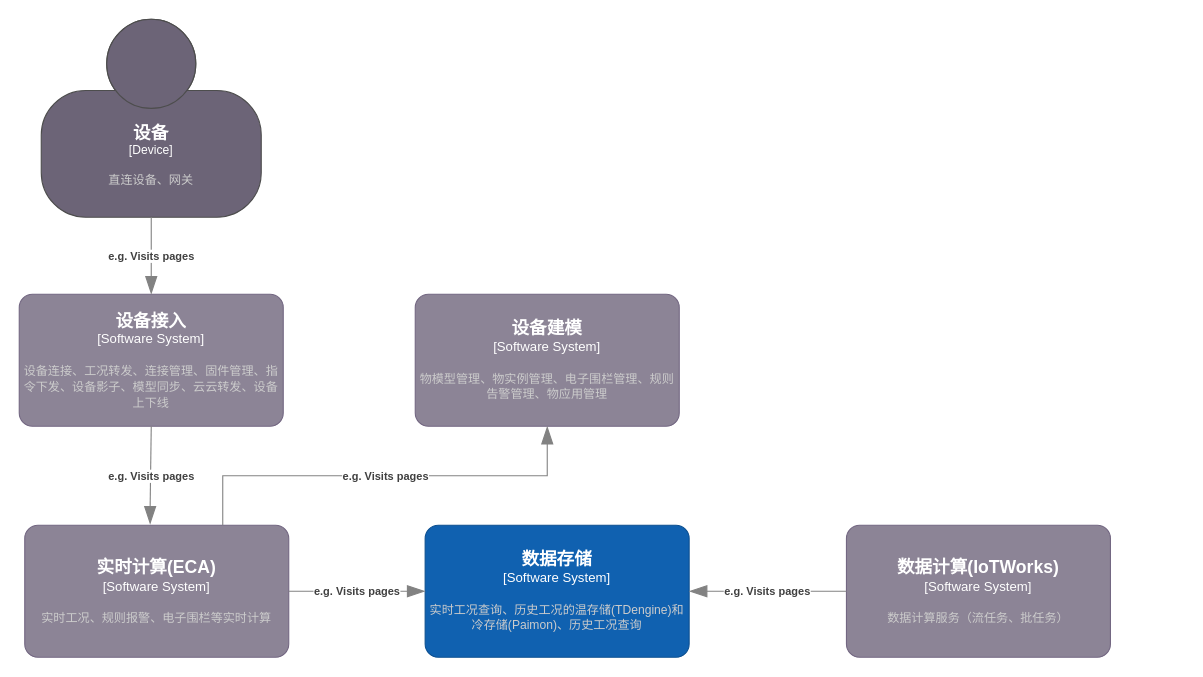
yzzh9/yzzh9 keeps this draw.io diagram as root/数据存储上下文.drawio. Above is the earlier version. Source tidied: cells renumbered, new cells numbered last; positions are measured from the earlier drawing's top-left corner, leaving out a move shared by most shapes. Both pictures are drawn from the tidied source at 110%, with x=0, y=0 at pixel (19, 19).
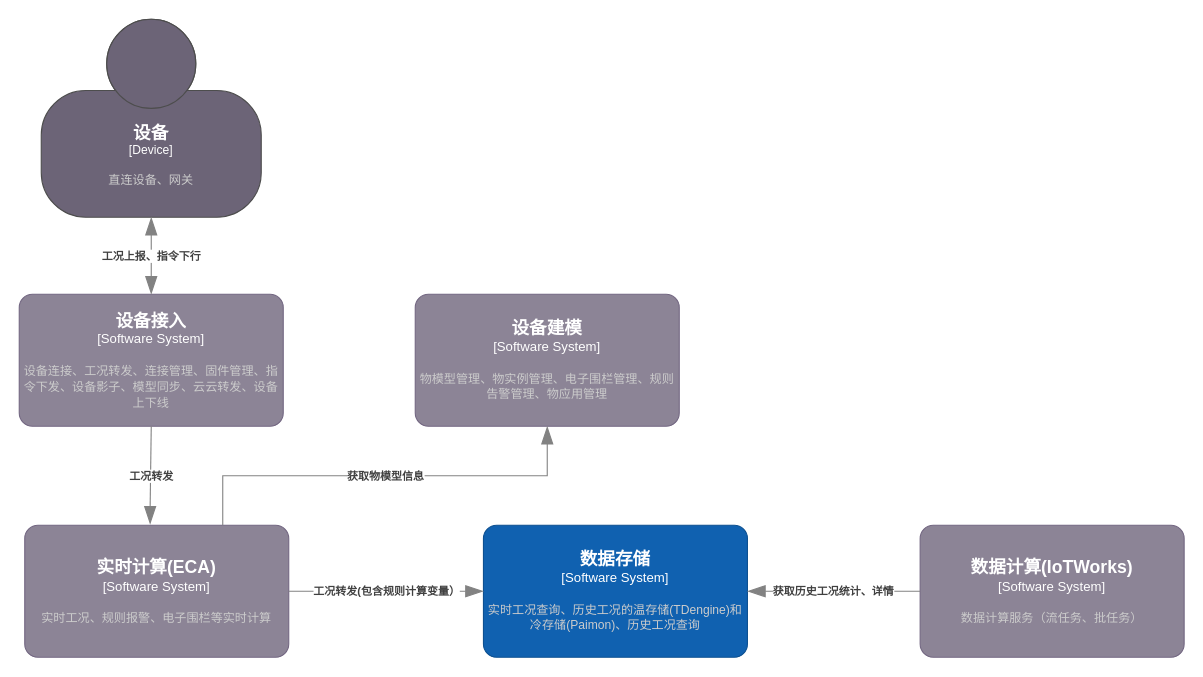
The same diagram, later.

Commit message:
更新数据存储上下文.drawio

Unchanged cells that the change refers to:
```xml
<object id="3" label="&lt;font style=&quot;font-size: 16px&quot;&gt;&lt;b&gt;%c4Name%&lt;/b&gt;&lt;/font&gt;&lt;div&gt;[%c4Type%]&lt;/div&gt;&lt;br&gt;&lt;div&gt;&lt;font style=&quot;font-size: 11px&quot;&gt;&lt;font color=&quot;#cccccc&quot;&gt;%c4Description%&lt;/font&gt;&lt;/div&gt;" c4Description="实时工况、规则报警、电子围栏等实时计算" c4Name="实时计算(ECA)" c4Type="Software System" placeholders="1">
  <mxCell style="rounded=1;whiteSpace=wrap;html=1;labelBackgroundColor=none;fillColor=#8C8496;fontColor=#ffffff;align=center;arcSize=10;strokeColor=#736782;points=[[0.25,0,0],[0.5,0,0],[0.75,0,0],[1,0.25,0],[1,0.5,0],[1,0.75,0],[0.75,1,0],[0.5,1,0],[0.25,1,0],[0,0.75,0],[0,0.5,0],[0,0.25,0]];" parent="1" vertex="1">
    <mxGeometry x="5" y="460" width="240" height="120" as="geometry" />
  </mxCell>
</object>
<object id="4" label="&lt;font style=&quot;font-size: 16px&quot;&gt;&lt;b&gt;%c4Name%&lt;/b&gt;&lt;/font&gt;&lt;div&gt;[%c4Type%]&lt;/div&gt;&lt;br&gt;&lt;div&gt;&lt;font style=&quot;font-size: 11px&quot;&gt;&lt;font color=&quot;#cccccc&quot;&gt;%c4Description%&lt;/font&gt;&lt;/div&gt;" c4Description="设备连接、工况转发、连接管理、固件管理、指令下发、设备影子、模型同步、云云转发、设备上下线" c4Name="设备接入" c4Type="Software System" placeholders="1">
  <mxCell style="rounded=1;whiteSpace=wrap;html=1;labelBackgroundColor=none;fillColor=#8C8496;fontColor=#ffffff;align=center;arcSize=10;strokeColor=#736782;points=[[0.25,0,0],[0.5,0,0],[0.75,0,0],[1,0.25,0],[1,0.5,0],[1,0.75,0],[0.75,1,0],[0.5,1,0],[0.25,1,0],[0,0.75,0],[0,0.5,0],[0,0.25,0]];" parent="1" vertex="1">
    <mxGeometry y="250" width="240" height="120" as="geometry" />
  </mxCell>
</object>
<object id="5" label="&lt;font style=&quot;font-size: 16px&quot;&gt;&lt;b&gt;%c4Name%&lt;/b&gt;&lt;/font&gt;&lt;div&gt;[%c4Type%]&lt;/div&gt;&lt;br&gt;&lt;div&gt;&lt;font style=&quot;font-size: 11px&quot;&gt;&lt;font color=&quot;#cccccc&quot;&gt;%c4Description%&lt;/font&gt;&lt;/div&gt;" c4Description="直连设备、网关" c4Name="设备" c4Type="Device" placeholders="1">
  <mxCell style="html=1;fontSize=11;dashed=0;whiteSpace=wrap;fillColor=#6C6477;strokeColor=#4D4D4D;fontColor=#ffffff;shape=mxgraph.c4.person2;align=center;points=[[0.5,0,0],[1,0.5,0],[1,0.75,0],[0.75,1,0],[0.5,1,0],[0.25,1,0],[0,0.75,0],[0,0.5,0]];" parent="1" vertex="1">
    <mxGeometry x="20" width="200" height="180" as="geometry" />
  </mxCell>
</object>
<object id="6" label="&lt;font style=&quot;font-size: 16px&quot;&gt;&lt;b&gt;%c4Name%&lt;/b&gt;&lt;/font&gt;&lt;div&gt;[%c4Type%]&lt;/div&gt;&lt;br&gt;&lt;div&gt;&lt;font style=&quot;font-size: 11px&quot;&gt;&lt;font color=&quot;#cccccc&quot;&gt;%c4Description%&lt;/font&gt;&lt;/div&gt;" c4Description="物模型管理、物实例管理、电子围栏管理、规则告警管理、物应用管理" c4Name="设备建模" c4Type="Software System" placeholders="1">
  <mxCell style="rounded=1;whiteSpace=wrap;html=1;labelBackgroundColor=none;fillColor=#8C8496;fontColor=#ffffff;align=center;arcSize=10;strokeColor=#736782;points=[[0.25,0,0],[0.5,0,0],[0.75,0,0],[1,0.25,0],[1,0.5,0],[1,0.75,0],[0.75,1,0],[0.5,1,0],[0.25,1,0],[0,0.75,0],[0,0.5,0],[0,0.25,0]];" parent="1" vertex="1">
    <mxGeometry x="360" y="250" width="240" height="120" as="geometry" />
  </mxCell>
</object>
```

Change to the diagram source:
```diff
@@
     <object id="2" label="&lt;font style=&quot;font-size: 16px&quot;&gt;&lt;b&gt;%c4Name%&lt;/b&gt;&lt;/font&gt;&lt;div&gt;[%c4Type%]&lt;/div&gt;&lt;br&gt;&lt;div&gt;&lt;font style=&quot;font-size: 11px&quot;&gt;&lt;font color=&quot;#cccccc&quot;&gt;%c4Description%&lt;/font&gt;&lt;/div&gt;" c4Description="实时工况查询、历史工况的温存储(TDengine)和冷存储(Paimon)、历史工况查询" c4Name="数据存储" c4Type="Software System" placeholders="1">
       <mxCell style="rounded=1;whiteSpace=wrap;html=1;labelBackgroundColor=none;fillColor=#1061B0;fontColor=#ffffff;align=center;arcSize=10;strokeColor=#0D5091;points=[[0.25,0,0],[0.5,0,0],[0.75,0,0],[1,0.25,0],[1,0.5,0],[1,0.75,0],[0.75,1,0],[0.5,1,0],[0.25,1,0],[0,0.75,0],[0,0.5,0],[0,0.25,0]];" parent="1" vertex="1">
-        <mxGeometry x="369" y="460" width="240" height="120" as="geometry" />
+        <mxGeometry x="422" y="460" width="240" height="120" as="geometry" />
       </mxCell>
     </object>
@@
     <object id="7" label="&lt;font style=&quot;font-size: 16px&quot;&gt;&lt;b&gt;%c4Name%&lt;/b&gt;&lt;/font&gt;&lt;div&gt;[%c4Type%]&lt;/div&gt;&lt;br&gt;&lt;div&gt;&lt;font style=&quot;font-size: 11px&quot;&gt;&lt;font color=&quot;#cccccc&quot;&gt;%c4Description%&lt;/font&gt;&lt;/div&gt;" c4Description="数据计算服务（流任务、批任务）" c4Name="数据计算(IoTWorks)" c4Type="Software System" placeholders="1">
       <mxCell style="rounded=1;whiteSpace=wrap;html=1;labelBackgroundColor=none;fillColor=#8C8496;fontColor=#ffffff;align=center;arcSize=10;strokeColor=#736782;points=[[0.25,0,0],[0.5,0,0],[0.75,0,0],[1,0.25,0],[1,0.5,0],[1,0.75,0],[0.75,1,0],[0.5,1,0],[0.25,1,0],[0,0.75,0],[0,0.5,0],[0,0.25,0]];" parent="1" vertex="1">
-        <mxGeometry x="752" y="460" width="240" height="120" as="geometry" />
+        <mxGeometry x="819" y="460" width="240" height="120" as="geometry" />
       </mxCell>
     </object>
-    <object id="8" label="&lt;div style=&quot;text-align: left&quot;&gt;&lt;div style=&quot;text-align: center&quot;&gt;&lt;b&gt;%c4Description%&lt;/b&gt;&lt;/div&gt;" c4Description="e.g. Visits pages" placeholders="1">
-      <mxCell style="endArrow=blockThin;html=1;fontSize=10;fontColor=#404040;strokeWidth=1;endFill=1;strokeColor=#828282;elbow=vertical;endSize=14;startSize=14;jumpStyle=arc;jumpSize=16;rounded=0;edgeStyle=orthogonalEdgeStyle;exitX=0.5;exitY=1;exitDx=0;exitDy=0;exitPerimeter=0;entryX=0.5;entryY=0;entryDx=0;entryDy=0;entryPerimeter=0;" parent="1" edge="1" source="5" target="4">
+    <object id="8" label="&lt;div style=&quot;text-align: left&quot;&gt;&lt;div style=&quot;text-align: center&quot;&gt;&lt;b&gt;%c4Description%&lt;/b&gt;&lt;/div&gt;" c4Description="工况上报、指令下行" placeholders="1">
+      <mxCell style="endArrow=blockThin;html=1;fontSize=10;fontColor=#404040;strokeWidth=1;endFill=1;strokeColor=#828282;elbow=vertical;endSize=14;startSize=14;jumpStyle=arc;jumpSize=16;rounded=0;edgeStyle=orthogonalEdgeStyle;exitX=0.5;exitY=1;exitDx=0;exitDy=0;exitPerimeter=0;entryX=0.5;entryY=0;entryDx=0;entryDy=0;entryPerimeter=0;startArrow=blockThin;startFill=1;" parent="1" edge="1" source="5" target="4">
         <mxGeometry relative="1" as="geometry" />
       </mxCell>
     </object>
-    <object id="9" label="&lt;div style=&quot;text-align: left&quot;&gt;&lt;div style=&quot;text-align: center&quot;&gt;&lt;b&gt;%c4Description%&lt;/b&gt;&lt;/div&gt;" c4Description="e.g. Visits pages" placeholders="1">
+    <object id="9" label="&lt;div style=&quot;text-align: left&quot;&gt;&lt;div style=&quot;text-align: center&quot;&gt;&lt;b&gt;%c4Description%&lt;/b&gt;&lt;/div&gt;" c4Description="工况转发" placeholders="1">
       <mxCell style="endArrow=blockThin;html=1;fontSize=10;fontColor=#404040;strokeWidth=1;endFill=1;strokeColor=#828282;elbow=vertical;endSize=14;startSize=14;jumpStyle=arc;jumpSize=16;rounded=0;edgeStyle=orthogonalEdgeStyle;exitX=0.5;exitY=1;exitDx=0;exitDy=0;exitPerimeter=0;entryX=0.475;entryY=-0.008;entryDx=0;entryDy=0;entryPerimeter=0;" parent="1" edge="1" source="4" target="3">
         <mxGeometry relative="1" as="geometry" />
       </mxCell>
     </object>
-    <object id="10" label="&lt;div style=&quot;text-align: left&quot;&gt;&lt;div style=&quot;text-align: center&quot;&gt;&lt;b&gt;%c4Description%&lt;/b&gt;&lt;/div&gt;" c4Description="e.g. Visits pages" placeholders="1">
+    <object id="10" label="&lt;div style=&quot;text-align: left&quot;&gt;&lt;div style=&quot;text-align: center&quot;&gt;&lt;b&gt;%c4Description%&lt;/b&gt;&lt;/div&gt;" c4Description="工况转发(包含规则计算变量）" placeholders="1">
       <mxCell style="endArrow=blockThin;html=1;fontSize=10;fontColor=#404040;strokeWidth=1;endFill=1;strokeColor=#828282;elbow=vertical;endSize=14;startSize=14;jumpStyle=arc;jumpSize=16;rounded=0;edgeStyle=orthogonalEdgeStyle;exitX=1;exitY=0.5;exitDx=0;exitDy=0;exitPerimeter=0;entryX=0;entryY=0.5;entryDx=0;entryDy=0;entryPerimeter=0;" parent="1" edge="1" source="3" target="2">
         <mxGeometry relative="1" as="geometry" />
       </mxCell>
     </object>
-    <object id="11" label="&lt;div style=&quot;text-align: left&quot;&gt;&lt;div style=&quot;text-align: center&quot;&gt;&lt;b&gt;%c4Description%&lt;/b&gt;&lt;/div&gt;" c4Description="e.g. Visits pages" placeholders="1">
+    <object id="11" label="&lt;div style=&quot;text-align: left&quot;&gt;&lt;div style=&quot;text-align: center&quot;&gt;&lt;b&gt;%c4Description%&lt;/b&gt;&lt;/div&gt;" c4Description="获取物模型信息" placeholders="1">
       <mxCell style="endArrow=blockThin;html=1;fontSize=10;fontColor=#404040;strokeWidth=1;endFill=1;strokeColor=#828282;elbow=vertical;endSize=14;startSize=14;jumpStyle=arc;jumpSize=16;rounded=0;edgeStyle=orthogonalEdgeStyle;exitX=0.75;exitY=0;exitDx=0;exitDy=0;exitPerimeter=0;entryX=0.5;entryY=1;entryDx=0;entryDy=0;entryPerimeter=0;" parent="1" edge="1" source="3" target="6">
         <mxGeometry relative="1" as="geometry" />
       </mxCell>
     </object>
-    <object id="12" label="&lt;div style=&quot;text-align: left&quot;&gt;&lt;div style=&quot;text-align: center&quot;&gt;&lt;b&gt;%c4Description%&lt;/b&gt;&lt;/div&gt;" c4Description="e.g. Visits pages" placeholders="1">
+    <object id="12" label="&lt;div style=&quot;text-align: left&quot;&gt;&lt;div style=&quot;text-align: center&quot;&gt;&lt;b&gt;%c4Description%&lt;/b&gt;&lt;/div&gt;" c4Description="获取历史工况统计、详情" placeholders="1">
       <mxCell style="endArrow=blockThin;html=1;fontSize=10;fontColor=#404040;strokeWidth=1;endFill=1;strokeColor=#828282;elbow=vertical;endSize=14;startSize=14;jumpStyle=arc;jumpSize=16;rounded=0;edgeStyle=orthogonalEdgeStyle;exitX=0;exitY=0.5;exitDx=0;exitDy=0;exitPerimeter=0;entryX=1;entryY=0.5;entryDx=0;entryDy=0;entryPerimeter=0;" parent="1" edge="1" source="7" target="2">
         <mxGeometry relative="1" as="geometry" />
       </mxCell>
     </object>
```
